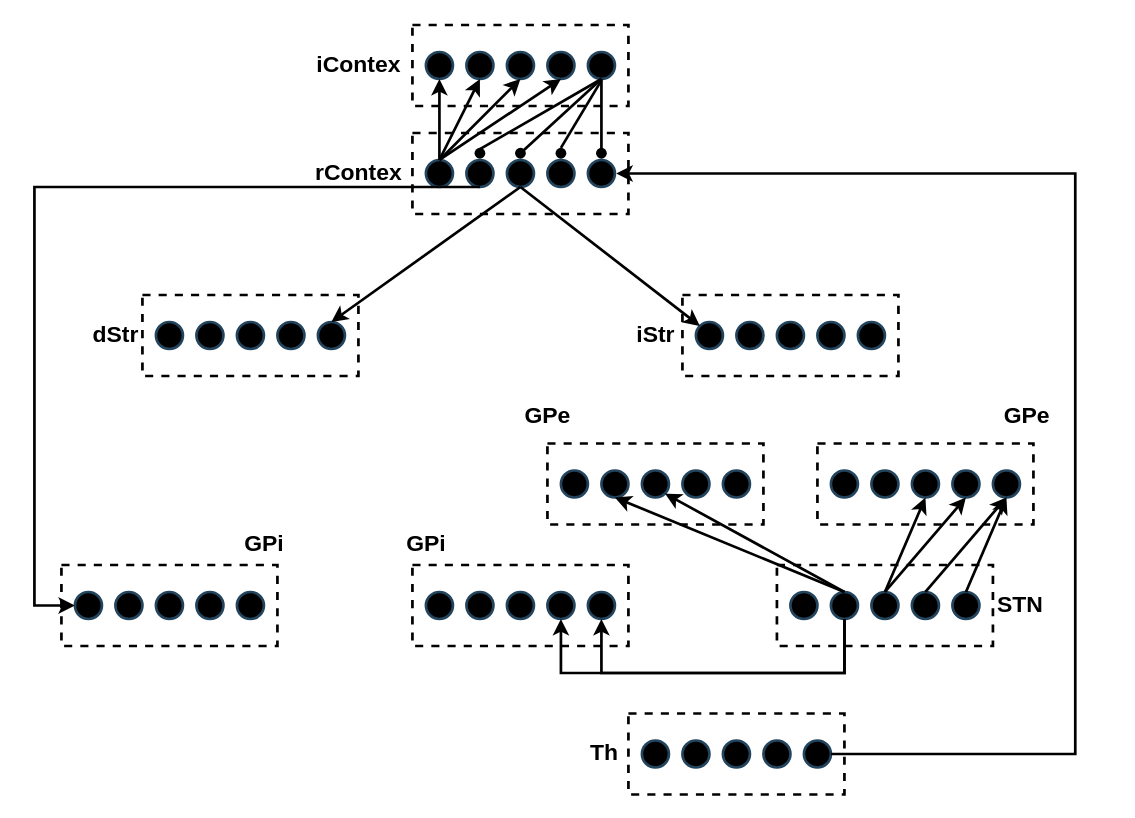
This is Untitled Diagram.drawio from lililingling/smartband, a draw.io file, before an edit. Source tidied: cells renumbered, new cells numbered last; positions are measured from the earlier drawing's top-left corner, leaving out a move shared by most shapes. Both pictures are drawn from the tidied source at 135%, with x=0, y=0 at pixel (34, 24).
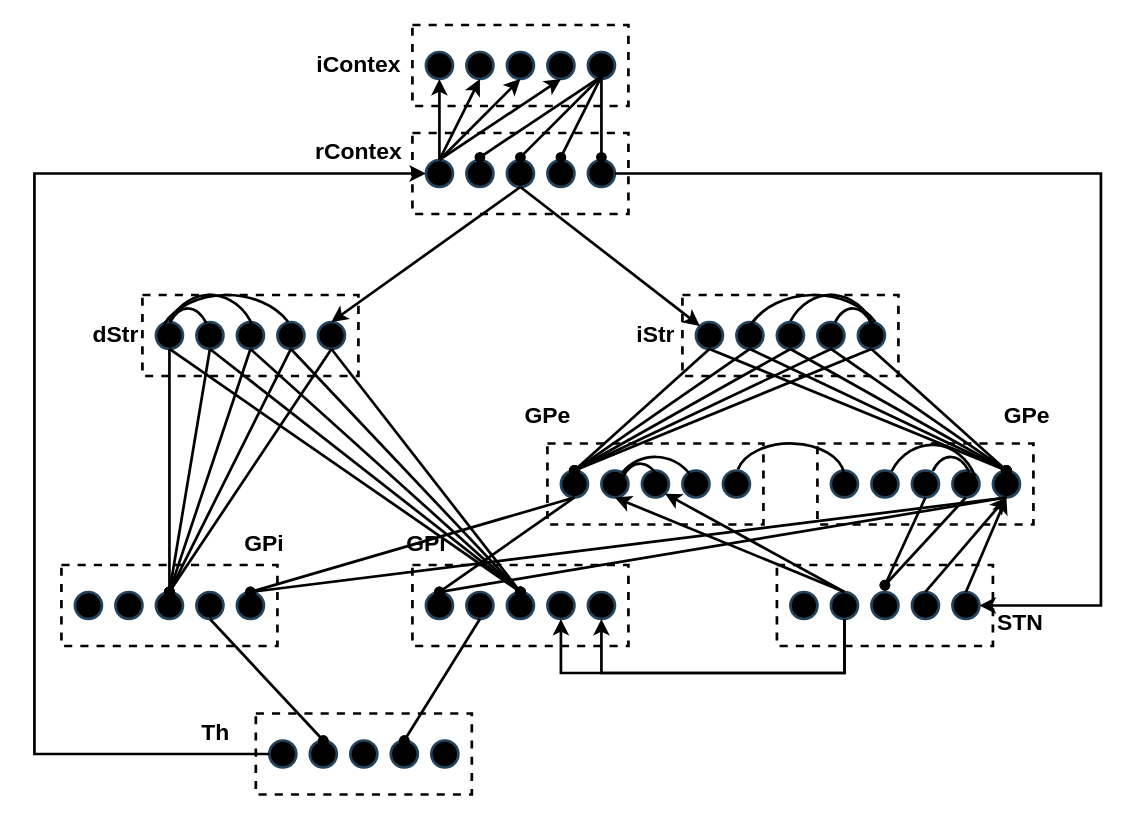
The same page after the edit.

Unchanged cells that the change refers to:
```xml
<mxCell id="3" style="ellipse;whiteSpace=wrap;html=1;strokeWidth=2;fillColor=#000000;strokeColor=#23445d;" parent="1" vertex="1">
<mxCell id="4" style="ellipse;whiteSpace=wrap;html=1;strokeWidth=2;fillColor=#000000;strokeColor=#23445d;" parent="1" vertex="1">
<mxCell id="5" style="ellipse;whiteSpace=wrap;html=1;strokeWidth=2;fillColor=#000000;strokeColor=#23445d;" parent="1" vertex="1">
<mxCell id="6" style="ellipse;whiteSpace=wrap;html=1;strokeWidth=2;fillColor=#000000;strokeColor=#23445d;" parent="1" vertex="1">
<mxCell id="7" style="ellipse;whiteSpace=wrap;html=1;strokeWidth=2;fillColor=#000000;strokeColor=#23445d;" parent="1" vertex="1">
<mxCell id="8" style="rounded=0;whiteSpace=wrap;html=1;dashed=1;strokeWidth=2;" parent="1" vertex="1">
<mxCell id="9" style="ellipse;whiteSpace=wrap;html=1;strokeWidth=2;fillColor=#000000;strokeColor=#23445d;" parent="1" vertex="1">
<mxCell id="13" style="ellipse;whiteSpace=wrap;html=1;strokeWidth=2;fillColor=#000000;strokeColor=#23445d;" parent="1" vertex="1">
<mxCell id="15" style="ellipse;whiteSpace=wrap;html=1;strokeWidth=2;fillColor=#000000;strokeColor=#23445d;" parent="1" vertex="1">
<mxCell id="16" style="ellipse;whiteSpace=wrap;html=1;strokeWidth=2;fillColor=#000000;strokeColor=#23445d;" parent="1" vertex="1">
<mxCell id="17" style="ellipse;whiteSpace=wrap;html=1;strokeWidth=2;fillColor=#000000;strokeColor=#23445d;" parent="1" vertex="1">
<mxCell id="18" style="ellipse;whiteSpace=wrap;html=1;strokeWidth=2;fillColor=#000000;strokeColor=#23445d;" parent="1" vertex="1">
<mxCell id="19" style="ellipse;whiteSpace=wrap;html=1;strokeWidth=2;fillColor=#000000;strokeColor=#23445d;" parent="1" vertex="1">
<mxCell id="27" style="ellipse;whiteSpace=wrap;html=1;strokeWidth=2;fillColor=#000000;strokeColor=#23445d;" parent="1" vertex="1">
<mxCell id="35" style="ellipse;whiteSpace=wrap;html=1;strokeWidth=2;fillColor=#000000;strokeColor=#23445d;" parent="1" vertex="1">
<mxCell id="36" style="ellipse;whiteSpace=wrap;html=1;strokeWidth=2;fillColor=#000000;strokeColor=#23445d;" parent="1" vertex="1">
<mxCell id="37" style="ellipse;whiteSpace=wrap;html=1;strokeWidth=2;fillColor=#000000;strokeColor=#23445d;" parent="1" vertex="1">
<mxCell id="39" style="ellipse;whiteSpace=wrap;html=1;strokeWidth=2;fillColor=#000000;strokeColor=#23445d;" parent="1" vertex="1">
<mxCell id="41" style="ellipse;whiteSpace=wrap;html=1;strokeWidth=2;fillColor=#000000;strokeColor=#23445d;" parent="1" vertex="1">
<mxCell id="42" style="ellipse;whiteSpace=wrap;html=1;strokeWidth=2;fillColor=#000000;strokeColor=#23445d;" parent="1" vertex="1">
<mxCell id="43" style="ellipse;whiteSpace=wrap;html=1;strokeWidth=2;fillColor=#000000;strokeColor=#23445d;" parent="1" vertex="1">
<mxCell id="45" style="ellipse;whiteSpace=wrap;html=1;strokeWidth=2;fillColor=#000000;strokeColor=#23445d;" parent="1" vertex="1">
<mxCell id="46" style="ellipse;whiteSpace=wrap;html=1;strokeWidth=2;fillColor=#000000;strokeColor=#23445d;" parent="1" vertex="1">
<mxCell id="47" style="ellipse;whiteSpace=wrap;html=1;strokeWidth=2;fillColor=#000000;strokeColor=#23445d;" parent="1" vertex="1">
<mxCell id="53" style="ellipse;whiteSpace=wrap;html=1;strokeWidth=2;fillColor=#000000;strokeColor=#23445d;" parent="1" vertex="1">
<mxCell id="55" style="ellipse;whiteSpace=wrap;html=1;strokeWidth=2;fillColor=#000000;strokeColor=#23445d;" parent="1" vertex="1">
```

Diff of the diagram source:
```diff
@@
     <mxCell id="56" style="rounded=0;whiteSpace=wrap;html=1;dashed=1;strokeWidth=2;" parent="1" vertex="1">
-      <mxGeometry x="440" y="510" width="160" height="60" as="geometry" />
+      <mxGeometry x="164" y="510" width="160" height="60" as="geometry" />
     </mxCell>
     <mxCell id="57" style="ellipse;whiteSpace=wrap;html=1;strokeWidth=2;fillColor=#000000;strokeColor=#23445d;" parent="1" vertex="1">
-      <mxGeometry x="450" y="530" width="20" height="20" as="geometry" />
+      <mxGeometry x="174" y="530" width="20" height="20" as="geometry" />
     </mxCell>
     <mxCell id="58" style="ellipse;whiteSpace=wrap;html=1;strokeWidth=2;fillColor=#000000;strokeColor=#23445d;" parent="1" vertex="1">
-      <mxGeometry x="480" y="530" width="20" height="20" as="geometry" />
+      <mxGeometry x="204" y="530" width="20" height="20" as="geometry" />
     </mxCell>
     <mxCell id="59" style="ellipse;whiteSpace=wrap;html=1;strokeWidth=2;fillColor=#000000;strokeColor=#23445d;" parent="1" vertex="1">
-      <mxGeometry x="510" y="530" width="20" height="20" as="geometry" />
+      <mxGeometry x="234" y="530" width="20" height="20" as="geometry" />
     </mxCell>
     <mxCell id="60" style="ellipse;whiteSpace=wrap;html=1;strokeWidth=2;fillColor=#000000;strokeColor=#23445d;" parent="1" vertex="1">
-      <mxGeometry x="540" y="530" width="20" height="20" as="geometry" />
+      <mxGeometry x="264" y="530" width="20" height="20" as="geometry" />
     </mxCell>
     <mxCell id="61" style="ellipse;whiteSpace=wrap;html=1;strokeWidth=2;fillColor=#000000;strokeColor=#23445d;" parent="1" vertex="1">
-      <mxGeometry x="570" y="530" width="20" height="20" as="geometry" />
+      <mxGeometry x="294" y="530" width="20" height="20" as="geometry" />
     </mxCell>
     <mxCell id="62" value="&lt;font style=&quot;font-size: 17px&quot;&gt;&lt;b&gt;rContex&lt;/b&gt;&lt;/font&gt;" style="text;html=1;align=center;verticalAlign=middle;strokeColor=none;fillColor=none;" parent="1" vertex="1">
-      <mxGeometry x="200" y="100" width="80" height="20" as="geometry" />
+      <mxGeometry x="200" y="85" width="80" height="20" as="geometry" />
     </mxCell>
@@
-    <mxCell id="68" style="shape=waypoint;sketch=0;fillStyle=solid;size=6;points=[];fillColor=none;perimeter=centerPerimeter;snapToPoint=1;fontSize=17;strokeWidth=2;" parent="1" vertex="1">
-      <mxGeometry x="340" y="75" width="40" height="40" as="geometry" />
-    </mxCell>
-    <mxCell id="69" style="shape=waypoint;sketch=0;fillStyle=solid;size=6;fillColor=none;perimeter=centerPerimeter;fontSize=17;strokeWidth=2;" parent="1" vertex="1">
-      <mxGeometry x="310" y="75" width="40" height="40" as="geometry" />
-    </mxCell>
-    <mxCell id="70" style="shape=waypoint;sketch=0;fillStyle=solid;size=6;fillColor=none;perimeter=centerPerimeter;fontSize=17;strokeWidth=2;" parent="1" vertex="1">
-      <mxGeometry x="370" y="75" width="40" height="40" as="geometry" />
-    </mxCell>
-    <mxCell id="71" style="shape=waypoint;sketch=0;fillStyle=solid;size=6;points=[];fillColor=none;perimeter=centerPerimeter;snapToPoint=1;fontSize=17;strokeWidth=2;" parent="1" vertex="1">
-      <mxGeometry x="400" y="75" width="40" height="40" as="geometry" />
-    </mxCell>
-    <mxCell id="72" style="endArrow=none;html=1;rounded=0;fontSize=17;exitX=0.5;exitY=0.375;exitDx=0;exitDy=0;exitPerimeter=0;strokeWidth=2;" parent="1" edge="1" source="68">
-      <mxGeometry relative="1" as="geometry">
-        <mxPoint x="420" y="40" as="targetPoint" />
-      </mxGeometry>
-    </mxCell>
-    <mxCell id="73" style="endArrow=none;html=1;rounded=0;fontSize=17;strokeWidth=2;" parent="1" edge="1">
-      <mxGeometry relative="1" as="geometry">
-        <mxPoint x="330" y="92" as="sourcePoint" />
-        <mxPoint x="420" y="40" as="targetPoint" />
-      </mxGeometry>
-    </mxCell>
-    <mxCell id="74" style="endArrow=none;html=1;rounded=0;fontSize=17;exitX=-0.05;exitY=0.25;exitDx=0;exitDy=0;exitPerimeter=0;strokeWidth=2;" parent="1" edge="1" source="71">
-      <mxGeometry relative="1" as="geometry">
-        <mxPoint x="420" y="40" as="targetPoint" />
-      </mxGeometry>
-    </mxCell>
-    <mxCell id="75" style="endArrow=none;html=1;rounded=0;fontSize=17;entryX=0.5;entryY=1;entryDx=0;entryDy=0;strokeWidth=2;" parent="1" edge="1">
-      <mxGeometry relative="1" as="geometry">
-        <mxPoint x="390" y="91" as="sourcePoint" />
-        <mxPoint x="420" y="41" as="targetPoint" />
-      </mxGeometry>
-    </mxCell>
@@
-    <mxCell id="80" style="edgeStyle=elbowEdgeStyle;elbow=vertical;endArrow=classic;html=1;rounded=0;fontSize=17;exitX=0.125;exitY=0.667;exitDx=0;exitDy=0;exitPerimeter=0;entryX=0;entryY=0.5;entryDx=0;entryDy=0;strokeWidth=2;" parent="1" edge="1" source="8" target="39">
-      <mxGeometry relative="1" as="geometry">
-        <Array as="points">
-          <mxPoint y="200" />
-          <mxPoint y="160" />
-          <mxPoint y="310" />
-          <mxPoint x="150" y="130" />
-          <mxPoint y="280" />
-        </Array>
-      </mxGeometry>
-    </mxCell>
-    <mxCell id="81" style="line;strokeWidth=2;html=1;fontSize=17;fillColor=#000000;" parent="1" vertex="1">
-      <mxGeometry x="300" y="115" width="30" height="10" as="geometry" />
-    </mxCell>
@@
     <mxCell id="84" value="&lt;b&gt;Th&lt;/b&gt;" style="text;html=1;align=center;verticalAlign=middle;strokeColor=none;fillColor=none;fontSize=17;" parent="1" vertex="1">
-      <mxGeometry x="402" y="525" width="40" height="30" as="geometry" />
+      <mxGeometry x="114" y="510" width="40" height="30" as="geometry" />
     </mxCell>
@@
     <mxCell id="87" value="&lt;b&gt;STN&lt;/b&gt;" style="text;html=1;align=center;verticalAlign=middle;strokeColor=none;fillColor=none;fontSize=17;" parent="1" vertex="1">
-      <mxGeometry x="705" y="415" width="50" height="30" as="geometry" />
+      <mxGeometry x="705" y="429" width="50" height="30" as="geometry" />
     </mxCell>
@@
-    <mxCell id="90" style="endArrow=classic;html=1;rounded=0;fontSize=17;strokeWidth=2;exitX=0.5;exitY=0;exitDx=0;exitDy=0;entryX=0.5;entryY=1;entryDx=0;entryDy=0;" parent="1" edge="1" source="53" target="36">
-      <mxGeometry relative="1" as="geometry" />
-    </mxCell>
-    <mxCell id="91" style="endArrow=classic;html=1;rounded=0;fontSize=17;strokeWidth=2;entryX=0.5;entryY=1;entryDx=0;entryDy=0;" parent="1" edge="1" target="35">
-      <mxGeometry relative="1" as="geometry">
-        <mxPoint x="630" y="420" as="sourcePoint" />
-      </mxGeometry>
-    </mxCell>
@@
-    <mxCell id="96" style="edgeStyle=elbowEdgeStyle;elbow=horizontal;endArrow=classic;html=1;rounded=0;fontSize=17;strokeWidth=2;" parent="1" edge="1">
-      <mxGeometry relative="1" as="geometry">
-        <mxPoint x="590" y="540" as="sourcePoint" />
-        <mxPoint x="431" y="110" as="targetPoint" />
-        <Array as="points">
-          <mxPoint x="771" y="190" />
-        </Array>
-      </mxGeometry>
-    </mxCell>
+    <mxCell id="97" style="endArrow=oval;html=1;rounded=0;fontSize=17;strokeWidth=2;endFill=1;entryX=0.5;entryY=0;entryDx=0;entryDy=0;exitX=0.5;exitY=1;exitDx=0;exitDy=0;" parent="1" edge="1">
+      <mxGeometry relative="1" as="geometry">
+        <mxPoint x="420" y="38" as="sourcePoint" />
+        <mxPoint x="330" y="98" as="targetPoint" />
+      </mxGeometry>
+    </mxCell>
+    <mxCell id="98" style="endArrow=oval;html=1;rounded=0;fontSize=17;strokeWidth=2;endFill=1;entryX=0.5;entryY=0;entryDx=0;entryDy=0;" parent="1" edge="1">
+      <mxGeometry relative="1" as="geometry">
+        <mxPoint x="420" y="38" as="sourcePoint" />
+        <mxPoint x="360" y="98" as="targetPoint" />
+      </mxGeometry>
+    </mxCell>
+    <mxCell id="99" style="endArrow=oval;html=1;rounded=0;fontSize=17;strokeWidth=2;endFill=1;entryX=0.5;entryY=0;entryDx=0;entryDy=0;exitX=0.5;exitY=1;exitDx=0;exitDy=0;" parent="1" edge="1">
+      <mxGeometry relative="1" as="geometry">
+        <mxPoint x="420" y="38" as="sourcePoint" />
+        <mxPoint x="390" y="98" as="targetPoint" />
+      </mxGeometry>
+    </mxCell>
+    <mxCell id="100" style="endArrow=oval;html=1;rounded=0;fontSize=17;strokeWidth=2;endFill=1;entryX=0.5;entryY=0;entryDx=0;entryDy=0;" parent="1" edge="1">
+      <mxGeometry relative="1" as="geometry">
+        <mxPoint x="420" y="38" as="sourcePoint" />
+        <mxPoint x="420" y="98" as="targetPoint" />
+      </mxGeometry>
+    </mxCell>
+    <mxCell id="101" style="endArrow=oval;html=1;rounded=0;fontSize=17;strokeWidth=2;endFill=1;entryX=0.5;entryY=0;entryDx=0;entryDy=0;exitX=0.5;exitY=1;exitDx=0;exitDy=0;" parent="1" edge="1" source="35">
+      <mxGeometry relative="1" as="geometry">
+        <mxPoint x="630" y="415" as="targetPoint" />
+      </mxGeometry>
+    </mxCell>
+    <mxCell id="102" style="endArrow=oval;html=1;rounded=0;fontSize=17;strokeWidth=2;endFill=1;entryX=0.5;entryY=0;entryDx=0;entryDy=0;exitX=0.5;exitY=1;exitDx=0;exitDy=0;" parent="1" edge="1" source="36">
+      <mxGeometry relative="1" as="geometry">
+        <mxPoint x="630" y="415" as="targetPoint" />
+      </mxGeometry>
+    </mxCell>
+    <mxCell id="103" style="verticalLabelPosition=bottom;verticalAlign=top;html=1;shape=mxgraph.basic.arc;startAngle=0.875;endAngle=0.12920946638895037;fontSize=17;strokeWidth=2;fillColor=#000000;" parent="1" vertex="1">
+      <mxGeometry x="425" y="320" width="70" height="80" as="geometry" />
+    </mxCell>
+    <mxCell id="104" style="verticalLabelPosition=bottom;verticalAlign=top;html=1;shape=mxgraph.basic.arc;startAngle=0.875;endAngle=0.12920946638895037;fontSize=17;strokeWidth=2;fillColor=#000000;" parent="1" vertex="1">
+      <mxGeometry x="430" y="325" width="37.5" height="70" as="geometry" />
+    </mxCell>
+    <mxCell id="105" style="verticalLabelPosition=bottom;verticalAlign=top;html=1;shape=mxgraph.basic.arc;startAngle=0.7874881480022106;endAngle=0.23099229607602517;fontSize=17;strokeWidth=2;fillColor=#000000;" parent="1" vertex="1">
+      <mxGeometry x="520" y="310" width="80" height="50" as="geometry" />
+    </mxCell>
+    <mxCell id="106" style="verticalLabelPosition=bottom;verticalAlign=top;html=1;shape=mxgraph.basic.arc;startAngle=0.875;endAngle=0.12920946638895037;fontSize=17;strokeWidth=2;fillColor=#000000;" parent="1" vertex="1">
+      <mxGeometry x="660" y="320" width="37.5" height="70" as="geometry" />
+    </mxCell>
+    <mxCell id="107" style="verticalLabelPosition=bottom;verticalAlign=top;html=1;shape=mxgraph.basic.arc;startAngle=0.8360104348113153;endAngle=0.18105405184586368;fontSize=17;strokeWidth=2;fillColor=#000000;" parent="1" vertex="1">
+      <mxGeometry x="630" y="311" width="70" height="80" as="geometry" />
+    </mxCell>
+    <mxCell id="108" style="verticalLabelPosition=bottom;verticalAlign=top;html=1;shape=mxgraph.basic.arc;startAngle=0.8250857229440083;endAngle=0.1658258868875331;fontSize=17;strokeWidth=2;fillColor=#000000;" parent="1" vertex="1">
+      <mxGeometry x="90" y="200" width="105" height="80" as="geometry" />
+    </mxCell>
+    <mxCell id="109" style="verticalLabelPosition=bottom;verticalAlign=top;html=1;shape=mxgraph.basic.arc;startAngle=0.8250857229440083;endAngle=0.1658258868875331;fontSize=17;strokeWidth=2;fillColor=#000000;" parent="1" vertex="1">
+      <mxGeometry x="525" y="200" width="105" height="80" as="geometry" />
+    </mxCell>
+    <mxCell id="110" style="verticalLabelPosition=bottom;verticalAlign=top;html=1;shape=mxgraph.basic.arc;startAngle=0.8360104348113153;endAngle=0.18105405184586368;fontSize=17;strokeWidth=2;fillColor=#000000;" parent="1" vertex="1">
+      <mxGeometry x="95" y="200" width="70" height="80" as="geometry" />
+    </mxCell>
+    <mxCell id="111" style="verticalLabelPosition=bottom;verticalAlign=top;html=1;shape=mxgraph.basic.arc;startAngle=0.8360104348113153;endAngle=0.18105405184586368;fontSize=17;strokeWidth=2;fillColor=#000000;" parent="1" vertex="1">
+      <mxGeometry x="555" y="200" width="70" height="80" as="geometry" />
+    </mxCell>
+    <mxCell id="112" style="verticalLabelPosition=bottom;verticalAlign=top;html=1;shape=mxgraph.basic.arc;startAngle=0.875;endAngle=0.12920946638895037;fontSize=17;strokeWidth=2;fillColor=#000000;" parent="1" vertex="1">
+      <mxGeometry x="587.5" y="210" width="37.5" height="70" as="geometry" />
+    </mxCell>
+    <mxCell id="113" style="verticalLabelPosition=bottom;verticalAlign=top;html=1;shape=mxgraph.basic.arc;startAngle=0.875;endAngle=0.12920946638895037;fontSize=17;strokeWidth=2;fillColor=#000000;" parent="1" vertex="1">
+      <mxGeometry x="95" y="210" width="37.5" height="70" as="geometry" />
+    </mxCell>
+    <mxCell id="114" style="endArrow=oval;html=1;rounded=0;fontSize=17;strokeWidth=2;exitX=0.5;exitY=1;exitDx=0;exitDy=0;endFill=1;entryX=0.5;entryY=0;entryDx=0;entryDy=0;" parent="1" edge="1" source="16" target="37">
+      <mxGeometry relative="1" as="geometry" />
+    </mxCell>
+    <mxCell id="115" style="endArrow=oval;html=1;rounded=0;fontSize=17;strokeWidth=2;exitX=0.5;exitY=1;exitDx=0;exitDy=0;endFill=1;entryX=0.5;entryY=0;entryDx=0;entryDy=0;" parent="1" edge="1" source="15" target="37">
+      <mxGeometry relative="1" as="geometry" />
+    </mxCell>
+    <mxCell id="116" style="endArrow=oval;html=1;rounded=0;fontSize=17;strokeWidth=2;exitX=0.5;exitY=1;exitDx=0;exitDy=0;endFill=1;entryX=0.5;entryY=0;entryDx=0;entryDy=0;" parent="1" edge="1" source="17" target="37">
+      <mxGeometry relative="1" as="geometry" />
+    </mxCell>
+    <mxCell id="117" style="endArrow=oval;html=1;rounded=0;fontSize=17;strokeWidth=2;exitX=0.5;exitY=1;exitDx=0;exitDy=0;endFill=1;entryX=0.5;entryY=0;entryDx=0;entryDy=0;" parent="1" edge="1" source="18" target="37">
+      <mxGeometry relative="1" as="geometry" />
+    </mxCell>
+    <mxCell id="118" style="endArrow=oval;html=1;rounded=0;fontSize=17;strokeWidth=2;exitX=0.5;exitY=1;exitDx=0;exitDy=0;endFill=1;" parent="1" edge="1" source="19">
+      <mxGeometry relative="1" as="geometry">
+        <mxPoint x="720" y="330" as="targetPoint" />
+      </mxGeometry>
+    </mxCell>
+    <mxCell id="119" style="endArrow=oval;html=1;rounded=0;fontSize=17;strokeWidth=2;endFill=1;entryX=0.5;entryY=0;entryDx=0;entryDy=0;" parent="1" edge="1" target="27">
+      <mxGeometry relative="1" as="geometry">
+        <mxPoint x="500" y="240" as="sourcePoint" />
+      </mxGeometry>
+    </mxCell>
+    <mxCell id="120" style="endArrow=oval;html=1;rounded=0;fontSize=17;strokeWidth=2;endFill=1;" parent="1" edge="1">
+      <mxGeometry relative="1" as="geometry">
+        <mxPoint x="530" y="240" as="sourcePoint" />
+        <mxPoint x="400" y="330" as="targetPoint" />
+      </mxGeometry>
+    </mxCell>
+    <mxCell id="121" style="endArrow=oval;html=1;rounded=0;fontSize=17;strokeWidth=2;endFill=1;exitX=0.5;exitY=1;exitDx=0;exitDy=0;" parent="1" edge="1" source="17">
+      <mxGeometry relative="1" as="geometry">
+        <mxPoint x="400" y="330" as="targetPoint" />
+      </mxGeometry>
+    </mxCell>
+    <mxCell id="122" style="endArrow=oval;html=1;rounded=0;fontSize=17;strokeWidth=2;endFill=1;" parent="1" edge="1">
+      <mxGeometry relative="1" as="geometry">
+        <mxPoint x="590" y="240" as="sourcePoint" />
+        <mxPoint x="400" y="330" as="targetPoint" />
+      </mxGeometry>
+    </mxCell>
+    <mxCell id="123" style="endArrow=oval;html=1;rounded=0;fontSize=17;strokeWidth=2;endFill=1;" parent="1" edge="1">
+      <mxGeometry relative="1" as="geometry">
+        <mxPoint x="620" y="240" as="sourcePoint" />
+        <mxPoint x="400" y="330" as="targetPoint" />
+      </mxGeometry>
+    </mxCell>
+    <mxCell id="124" style="endArrow=oval;html=1;rounded=0;fontSize=17;strokeWidth=2;exitX=0.5;exitY=1;exitDx=0;exitDy=0;endFill=1;entryX=0.5;entryY=0;entryDx=0;entryDy=0;" parent="1" edge="1" source="7" target="47">
+      <mxGeometry relative="1" as="geometry" />
+    </mxCell>
+    <mxCell id="125" style="endArrow=oval;html=1;rounded=0;fontSize=17;strokeWidth=2;exitX=0.5;exitY=1;exitDx=0;exitDy=0;endFill=1;" parent="1" edge="1" source="6">
+      <mxGeometry relative="1" as="geometry">
+        <mxPoint x="360" y="420" as="targetPoint" />
+      </mxGeometry>
+    </mxCell>
+    <mxCell id="126" style="endArrow=oval;html=1;rounded=0;fontSize=17;strokeWidth=2;exitX=0.5;exitY=1;exitDx=0;exitDy=0;endFill=1;entryX=0.5;entryY=0;entryDx=0;entryDy=0;" parent="1" edge="1" source="5" target="41">
+      <mxGeometry relative="1" as="geometry" />
+    </mxCell>
+    <mxCell id="127" style="endArrow=oval;html=1;rounded=0;fontSize=17;strokeWidth=2;exitX=0.5;exitY=1;exitDx=0;exitDy=0;endFill=1;" parent="1" edge="1" source="4">
+      <mxGeometry relative="1" as="geometry">
+        <mxPoint x="360" y="420" as="targetPoint" />
+      </mxGeometry>
+    </mxCell>
+    <mxCell id="128" style="endArrow=oval;html=1;rounded=0;fontSize=17;strokeWidth=2;exitX=0.5;exitY=1;exitDx=0;exitDy=0;endFill=1;" parent="1" edge="1" source="3">
+      <mxGeometry relative="1" as="geometry">
+        <mxPoint x="360" y="420" as="targetPoint" />
+      </mxGeometry>
+    </mxCell>
+    <mxCell id="129" style="endArrow=oval;html=1;rounded=0;fontSize=17;strokeWidth=2;endFill=1;entryX=0.5;entryY=0;entryDx=0;entryDy=0;" parent="1" edge="1" target="41">
+      <mxGeometry relative="1" as="geometry">
+        <mxPoint x="130" y="240" as="sourcePoint" />
+      </mxGeometry>
+    </mxCell>
+    <mxCell id="130" style="endArrow=oval;html=1;rounded=0;fontSize=17;strokeWidth=2;endFill=1;" parent="1" edge="1">
+      <mxGeometry relative="1" as="geometry">
+        <mxPoint x="100" y="240" as="sourcePoint" />
+        <mxPoint x="100" y="420" as="targetPoint" />
+      </mxGeometry>
+    </mxCell>
+    <mxCell id="131" style="endArrow=oval;html=1;rounded=0;fontSize=17;strokeWidth=2;endFill=1;entryX=0.5;entryY=0;entryDx=0;entryDy=0;exitX=0.5;exitY=1;exitDx=0;exitDy=0;" parent="1" edge="1" source="5" target="47">
+      <mxGeometry relative="1" as="geometry" />
+    </mxCell>
+    <mxCell id="132" style="endArrow=oval;html=1;rounded=0;fontSize=17;strokeWidth=2;endFill=1;entryX=0.5;entryY=0;entryDx=0;entryDy=0;" parent="1" edge="1" target="41">
+      <mxGeometry relative="1" as="geometry">
+        <mxPoint x="190" y="240" as="sourcePoint" />
+      </mxGeometry>
+    </mxCell>
+    <mxCell id="133" style="endArrow=oval;html=1;rounded=0;fontSize=17;strokeWidth=2;exitX=0.5;exitY=1;exitDx=0;exitDy=0;endFill=1;" parent="1" edge="1" source="7">
+      <mxGeometry relative="1" as="geometry">
+        <mxPoint x="100" y="420" as="targetPoint" />
+      </mxGeometry>
+    </mxCell>
+    <mxCell id="134" style="edgeStyle=elbowEdgeStyle;elbow=vertical;endArrow=classic;html=1;rounded=0;fontSize=17;strokeWidth=2;exitX=0;exitY=0.5;exitDx=0;exitDy=0;entryX=0;entryY=0.5;entryDx=0;entryDy=0;" parent="1" edge="1" source="57" target="9">
+      <mxGeometry relative="1" as="geometry">
+        <Array as="points">
+          <mxPoint y="470" />
+        </Array>
+      </mxGeometry>
+    </mxCell>
+    <mxCell id="135" style="edgeStyle=elbowEdgeStyle;elbow=vertical;endArrow=classic;html=1;rounded=0;fontSize=17;strokeWidth=2;exitX=1;exitY=0.5;exitDx=0;exitDy=0;entryX=1;entryY=0.5;entryDx=0;entryDy=0;" parent="1" edge="1" source="13" target="55">
+      <mxGeometry relative="1" as="geometry">
+        <Array as="points">
+          <mxPoint x="790" y="100" />
+        </Array>
+      </mxGeometry>
+    </mxCell>
+    <mxCell id="136" style="endArrow=oval;html=1;rounded=0;fontSize=17;strokeWidth=2;endFill=1;entryX=0.5;entryY=0;entryDx=0;entryDy=0;exitX=0.5;exitY=1;exitDx=0;exitDy=0;" parent="1" edge="1" source="27" target="45">
+      <mxGeometry relative="1" as="geometry" />
+    </mxCell>
+    <mxCell id="137" style="endArrow=oval;html=1;rounded=0;fontSize=17;strokeWidth=2;endFill=1;exitX=0.5;exitY=1;exitDx=0;exitDy=0;" parent="1" edge="1" source="37">
+      <mxGeometry relative="1" as="geometry">
+        <mxPoint x="300" y="420" as="targetPoint" />
+      </mxGeometry>
+    </mxCell>
+    <mxCell id="138" style="endArrow=oval;html=1;rounded=0;fontSize=17;strokeWidth=2;endFill=1;entryX=0.5;entryY=0;entryDx=0;entryDy=0;exitX=0.5;exitY=1;exitDx=0;exitDy=0;" parent="1" edge="1" source="27" target="43">
+      <mxGeometry relative="1" as="geometry" />
+    </mxCell>
+    <mxCell id="139" style="endArrow=oval;html=1;rounded=0;fontSize=17;strokeWidth=2;endFill=1;" parent="1" edge="1">
+      <mxGeometry relative="1" as="geometry">
+        <mxPoint x="720" y="350" as="sourcePoint" />
+        <mxPoint x="160" y="420" as="targetPoint" />
+      </mxGeometry>
+    </mxCell>
+    <mxCell id="140" style="endArrow=oval;html=1;rounded=0;fontSize=17;strokeWidth=2;endFill=1;entryX=0.5;entryY=0;entryDx=0;entryDy=0;exitX=0.5;exitY=1;exitDx=0;exitDy=0;" parent="1" edge="1" source="46" target="60">
+      <mxGeometry relative="1" as="geometry" />
+    </mxCell>
+    <mxCell id="141" style="endArrow=oval;html=1;rounded=0;fontSize=17;strokeWidth=2;endFill=1;exitX=0.5;exitY=1;exitDx=0;exitDy=0;entryX=0.5;entryY=0;entryDx=0;entryDy=0;" parent="1" edge="1" source="42" target="58">
+      <mxGeometry relative="1" as="geometry" />
+    </mxCell>
```
